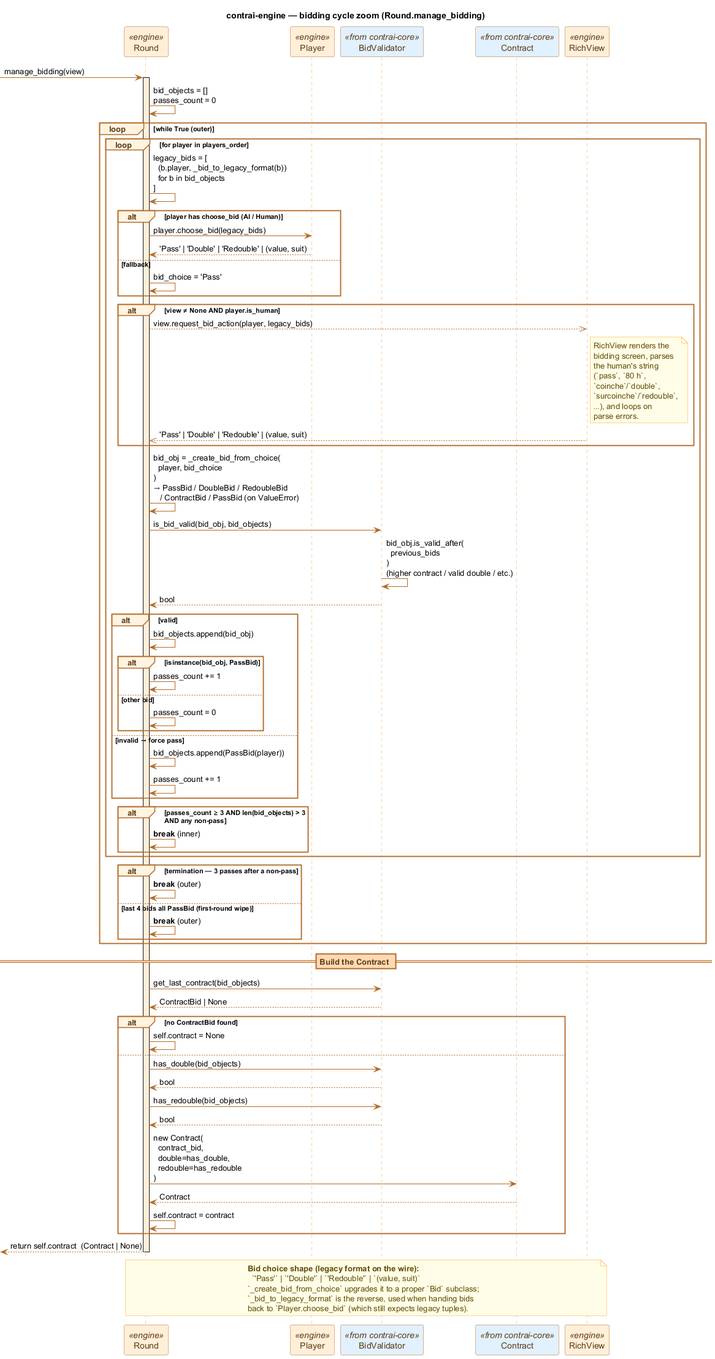
The PlantUML diagram docs/diagrams/seq_bidding.png in valmathieu/ContrAI, before a commit. The source it was exported from:
```plantuml
@startuml seq_bidding
title contrai-engine — bidding cycle zoom (Round.manage_bidding)

skinparam shadowing false
skinparam sequence {
    ArrowColor #B26A28
    LifeLineBorderColor #E89A4F
    LifeLineBackgroundColor #FFEFD9
    ParticipantBorderColor #B26A28
    ParticipantBackgroundColor #FFEFD9
    ParticipantFontColor #5C3A14
    ActorBorderColor #B26A28
    ActorBackgroundColor #FFEFD9
    ActorFontColor #5C3A14
    GroupBorderColor #B26A28
    GroupBackgroundColor #FFF3E0
    GroupHeaderFontColor #5C3A14
    BoxBorderColor #B26A28
    BoxBackgroundColor #FFF3E0
    DividerBorderColor #B26A28
    DividerBackgroundColor #FFD9B3
    DividerFontColor #5C3A14
}
skinparam note {
    BackgroundColor #FFFDE7
    BorderColor #F9A825
    FontColor #5F4B00
}

participant "Round" as R <<engine>>
participant "Player" as P <<engine>>
participant "BidValidator" as BV <<from contrai-core>> #E1F0FF
participant "Contract" as CT <<from contrai-core>> #E1F0FF
participant "RichView" as V <<engine>>

[-> R : manage_bidding(view)
activate R

R -> R : bid_objects = []\npasses_count = 0

loop **while True** (outer)

    loop **for player in players_order**

        R -> R : legacy_bids = [\n  (b.player, _bid_to_legacy_format(b))\n  for b in bid_objects\n]

        alt player has choose_bid (AI / Human)
            R -> P : player.choose_bid(legacy_bids)
            P --> R : 'Pass' | 'Double' | 'Redouble' | (value, suit)
        else fallback
            R -> R : bid_choice = 'Pass'
        end

        alt view ≠ None AND player.is_human
            R -->> V : view.request_bid_action(player, legacy_bids)
            note right of V
              RichView renders the
              bidding screen, parses
              the human's string
              (`pass`, `80 h`,
              `coinche`/`double`,
              `surcoinche`/`redouble`,
              …), and loops on
              parse errors.
            end note
            V -->> R : 'Pass' | 'Double' | 'Redouble' | (value, suit)
        end

        R -> R : bid_obj = _create_bid_from_choice(\n  player, bid_choice\n)\n→ PassBid / DoubleBid / RedoubleBid\n   / ContractBid / PassBid (on ValueError)

        R -> BV : is_bid_valid(bid_obj, bid_objects)
        BV -> BV : bid_obj.is_valid_after(\n  previous_bids\n)\n(higher contract / valid double / etc.)
        BV --> R : bool

        alt valid
            R -> R : bid_objects.append(bid_obj)
            alt isinstance(bid_obj, PassBid)
                R -> R : passes_count += 1
            else other bid
                R -> R : passes_count = 0
            end
        else invalid → force pass
            R -> R : bid_objects.append(PassBid(player))
            R -> R : passes_count += 1
        end

        alt passes_count ≥ 3 AND len(bid_objects) > 3\nAND any non-pass
            R -> R : **break** (inner)
        end

    end

    alt termination — 3 passes after a non-pass
        R -> R : **break** (outer)
    else last 4 bids all PassBid (first-round wipe)
        R -> R : **break** (outer)
    end

end

== Build the Contract ==

R -> BV : get_last_contract(bid_objects)
BV --> R : ContractBid | None

alt no ContractBid found
    R -> R : self.contract = None
else
    R -> BV : has_double(bid_objects)
    BV --> R : bool
    R -> BV : has_redouble(bid_objects)
    BV --> R : bool
    R -> CT : new Contract(\n  contract_bid,\n  double=has_double,\n  redouble=has_redouble\n)
    CT --> R : Contract
    R -> R : self.contract = contract
end

[<-- R : return self.contract  (Contract | None)
deactivate R

note over R, V
  **Bid choice shape (legacy format on the wire):**
    `'Pass'` | `'Double'` | `'Redouble'` | `(value, suit)`
  `_create_bid_from_choice` upgrades it to a proper `Bid` subclass;
  `_bid_to_legacy_format` is the reverse, used when handing bids
  back to `Player.choose_bid` (which still expects legacy tuples).
end note

@enduml
```
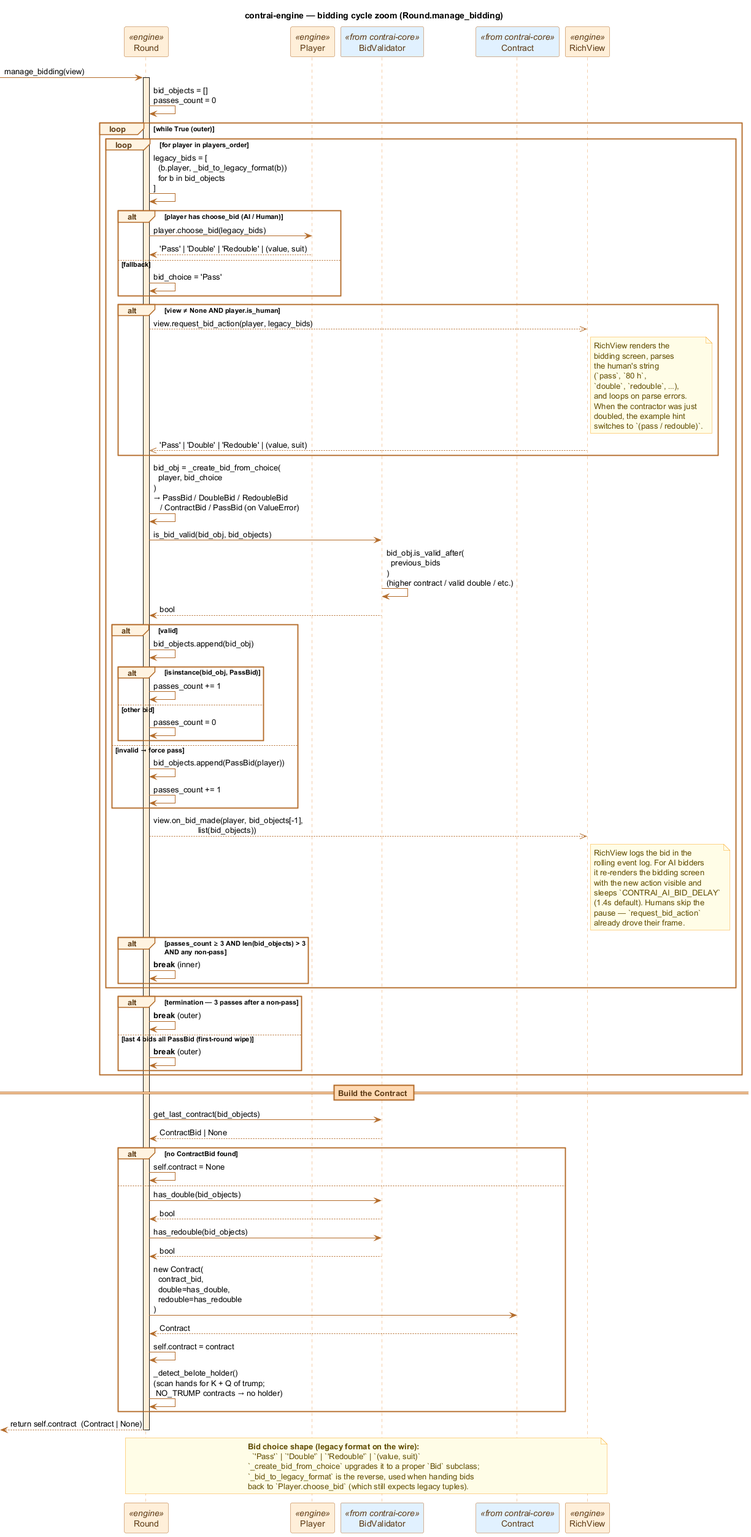
The same file after the commit.

Change to the diagram source:
```diff
@@ -58,10 +58,11 @@
               bidding screen, parses
               the human's string
               (`pass`, `80 h`,
-              `coinche`/`double`,
-              `surcoinche`/`redouble`,
-              …), and loops on
-              parse errors.
+              `double`, `redouble`, …),
+              and loops on parse errors.
+              When the contractor was just
+              doubled, the example hint
+              switches to `(pass / redouble)`.
             end note
             V -->> R : 'Pass' | 'Double' | 'Redouble' | (value, suit)
         end
@@ -83,6 +84,18 @@
             R -> R : bid_objects.append(PassBid(player))
             R -> R : passes_count += 1
         end
+
+        R -->> V : view.on_bid_made(player, bid_objects[-1],\n                    list(bid_objects))
+        note right of V
+          RichView logs the bid in the
+          rolling event log. For AI bidders
+          it re-renders the bidding screen
+          with the new action visible and
+          sleeps `CONTRAI_AI_BID_DELAY`
+          (1.4s default). Humans skip the
+          pause — `request_bid_action`
+          already drove their frame.
+        end note
 
         alt passes_count ≥ 3 AND len(bid_objects) > 3\nAND any non-pass
             R -> R : **break** (inner)
@@ -113,6 +126,7 @@
     R -> CT : new Contract(\n  contract_bid,\n  double=has_double,\n  redouble=has_redouble\n)
     CT --> R : Contract
     R -> R : self.contract = contract
+    R -> R : _detect_belote_holder()\n(scan hands for K + Q of trump;\n NO_TRUMP contracts → no holder)
 end
 
 [<-- R : return self.contract  (Contract | None)
```
